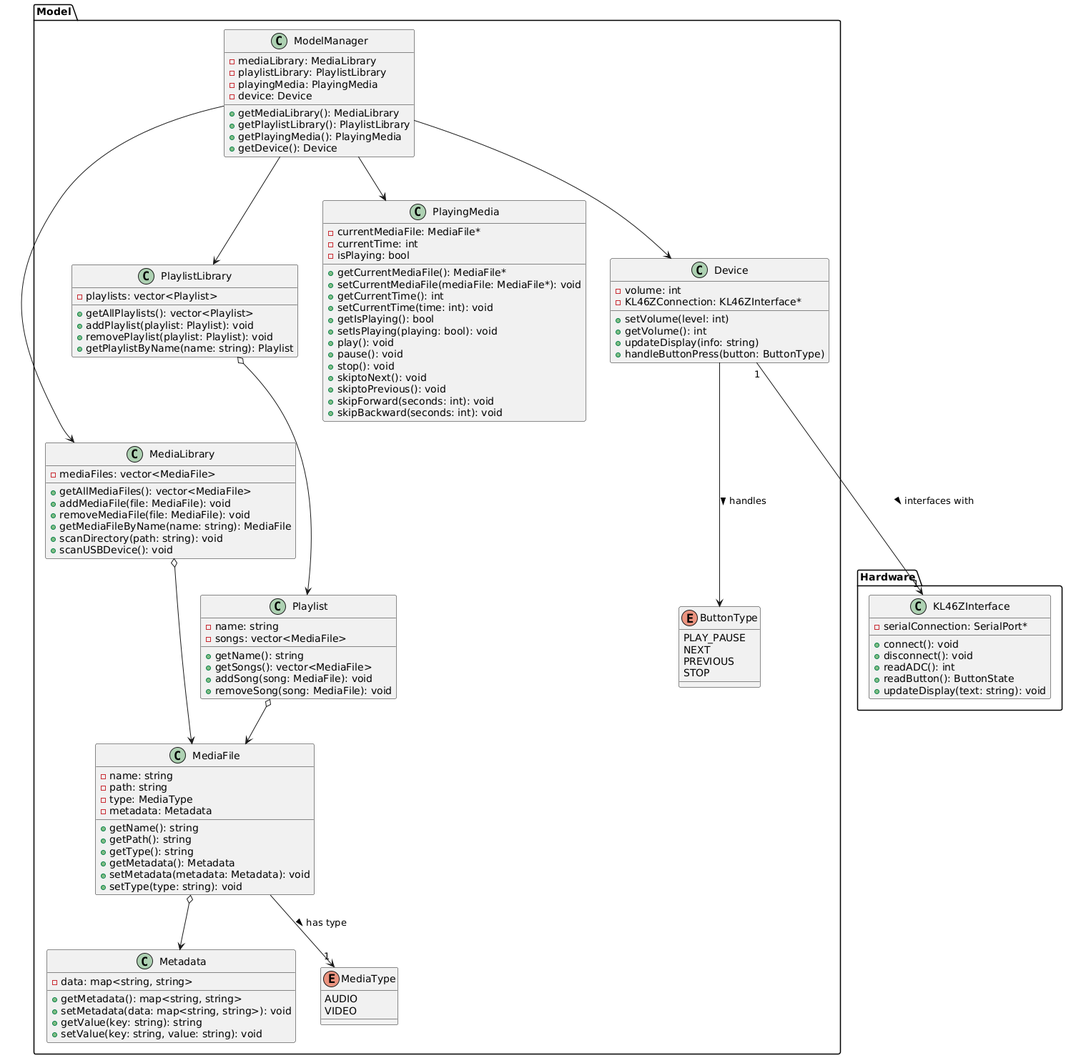
The PlantUML diagram project/docs/model/model.png in Weizy-NTT/Spotify-rep-1-1, before a commit.
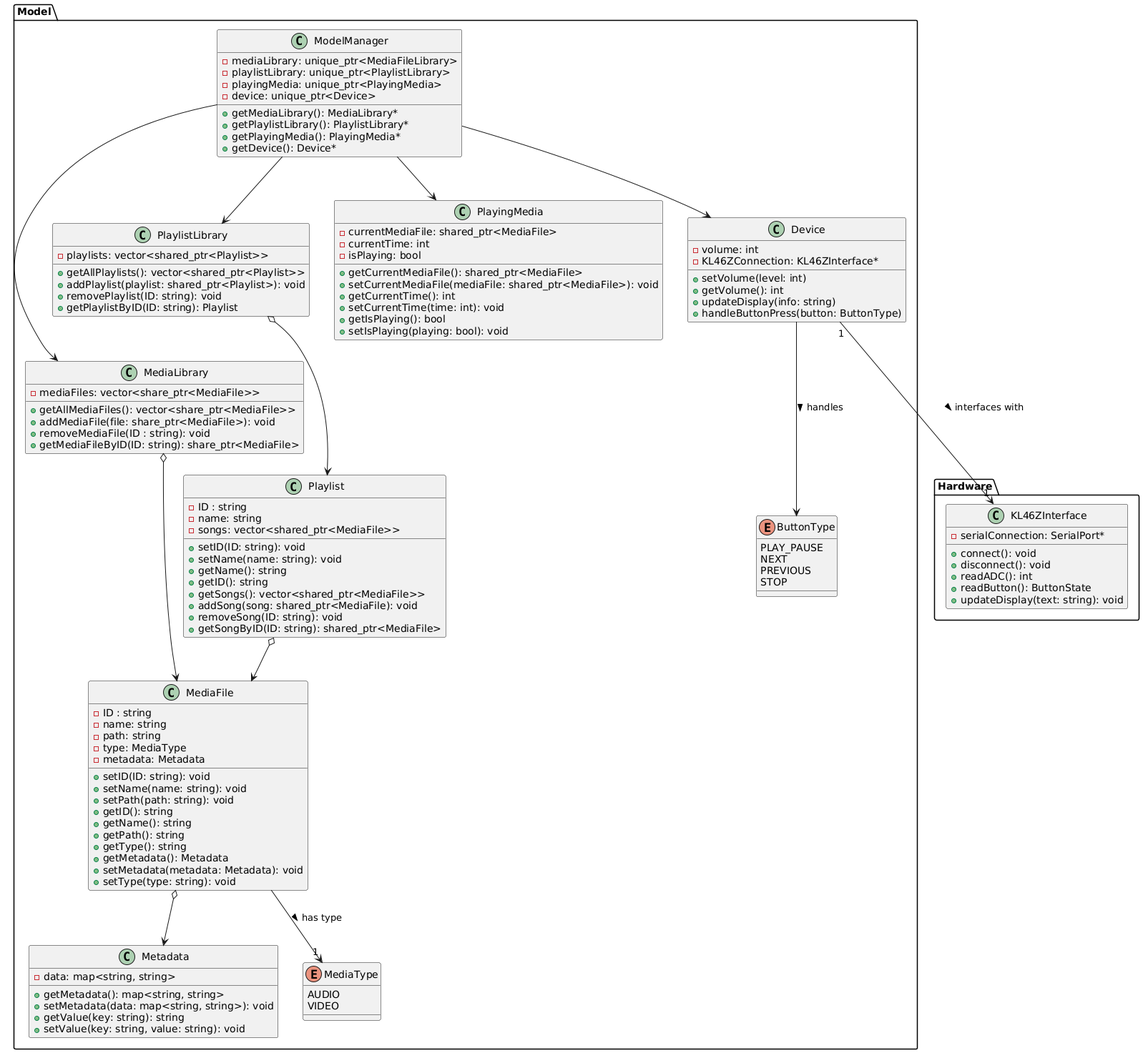
Later version of the same file.

The edit, as a diff of the source:
```diff
@@ -1,11 +1,16 @@
 @startuml
 package Model {
     class MediaFile {
+        - ID : string
         - name: string
         - path: string
         - type: MediaType
         - metadata: Metadata
 
+        + setID(ID: string): void
+        + setName(name: string): void
+        + setPath(path: string): void
+        + getID(): string
         + getName(): string
         + getPath(): string
         + getType(): string
@@ -15,65 +20,61 @@
     }
 
     class Playlist {
+        - ID : string
         - name: string
-        - songs: vector<MediaFile>
+        - songs: vector<shared_ptr<MediaFile>>
 
+        + setID(ID: string): void
+        + setName(name: string): void
         + getName(): string
-        + getSongs(): vector<MediaFile>
-        + addSong(song: MediaFile): void
-        + removeSong(song: MediaFile): void
+        + getID(): string
+        + getSongs(): vector<shared_ptr<MediaFile>>
+        + addSong(song: shared_ptr<MediaFile): void
+        + removeSong(ID: string): void
+        + getSongByID(ID: string): shared_ptr<MediaFile>
     }
 
     class MediaLibrary {
-        - mediaFiles: vector<MediaFile>
+        - mediaFiles: vector<share_ptr<MediaFile>>
 
-        + getAllMediaFiles(): vector<MediaFile>
-        + addMediaFile(file: MediaFile): void
-        + removeMediaFile(file: MediaFile): void
-        + getMediaFileByName(name: string): MediaFile
-        + scanDirectory(path: string): void
-        + scanUSBDevice(): void
+        + getAllMediaFiles(): vector<share_ptr<MediaFile>>
+        + addMediaFile(file: share_ptr<MediaFile>): void
+        + removeMediaFile(ID : string): void
+        + getMediaFileByID(ID: string): share_ptr<MediaFile>
     }
 
     class PlaylistLibrary {
-        - playlists: vector<Playlist>
+        - playlists: vector<shared_ptr<Playlist>>
 
-        + getAllPlaylists(): vector<Playlist>
-        + addPlaylist(playlist: Playlist): void
-        + removePlaylist(playlist: Playlist): void
-        + getPlaylistByName(name: string): Playlist
+        + getAllPlaylists(): vector<shared_ptr<Playlist>>
+        + addPlaylist(playlist: shared_ptr<Playlist>): void
+        + removePlaylist(ID: string): void
+        + getPlaylistByID(ID: string): Playlist
     }
 
     class ModelManager {
-        - mediaLibrary: MediaLibrary
-        - playlistLibrary: PlaylistLibrary
-        - playingMedia: PlayingMedia
-        - device: Device
+        - mediaLibrary: unique_ptr<MediaFileLibrary>
+        - playlistLibrary: unique_ptr<PlaylistLibrary>
+        - playingMedia: unique_ptr<PlayingMedia>
+        - device: unique_ptr<Device>
 
-        + getMediaLibrary(): MediaLibrary
-        + getPlaylistLibrary(): PlaylistLibrary
-        + getPlayingMedia(): PlayingMedia
-        + getDevice(): Device
+        + getMediaLibrary(): MediaLibrary*
+        + getPlaylistLibrary(): PlaylistLibrary*
+        + getPlayingMedia(): PlayingMedia*
+        + getDevice(): Device*
     }
 
     class PlayingMedia {
-        - currentMediaFile: MediaFile*
+        - currentMediaFile: shared_ptr<MediaFile>
         - currentTime: int
         - isPlaying: bool
 
-        + getCurrentMediaFile(): MediaFile*
-        + setCurrentMediaFile(mediaFile: MediaFile*): void
+        + getCurrentMediaFile(): shared_ptr<MediaFile>
+        + setCurrentMediaFile(mediaFile: shared_ptr<MediaFile>): void
         + getCurrentTime(): int
         + setCurrentTime(time: int): void
         + getIsPlaying(): bool
         + setIsPlaying(playing: bool): void
-        + play(): void
-        + pause(): void
-        + stop(): void
-        + skiptoNext(): void
-        + skiptoPrevious(): void
-        + skipForward(seconds: int): void
-        + skipBackward(seconds: int): void
     }
 
     class Metadata {
```
